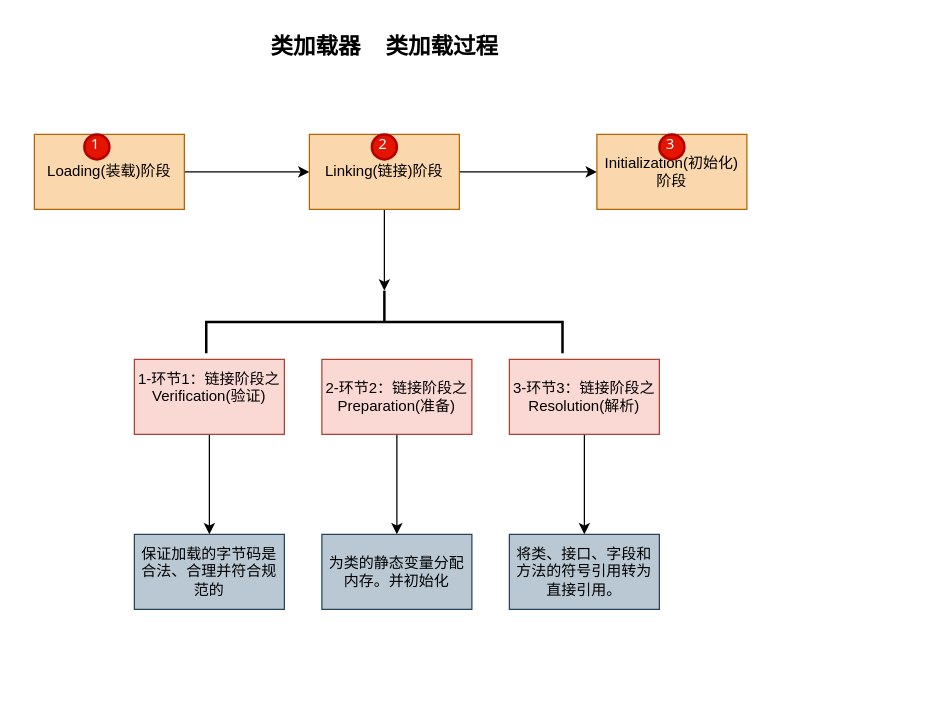
The draw.io diagram page "类加载器" (2 of 2) of jvm.drawio in rea-leaf/diagrams-data, before the edit. Source tidied: cells renumbered, new cells numbered last; positions are measured from the earlier drawing's top-left corner, leaving out a move shared by most shapes. Both pictures are drawn from the tidied source at 125%, with x=0, y=0 at pixel (34, 34).
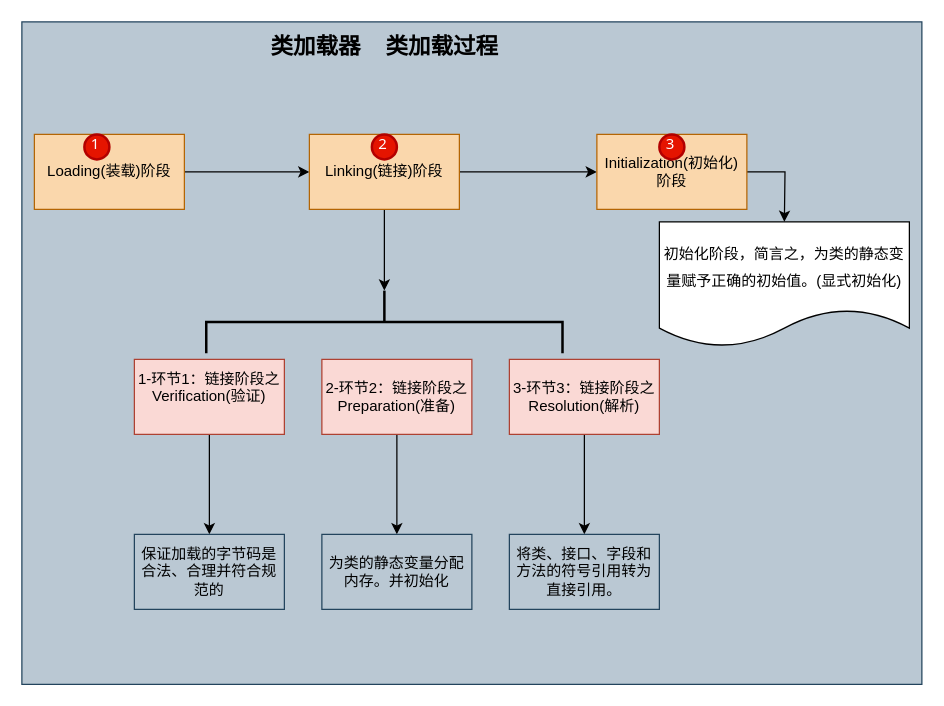
After the change.

Unchanged cells that the change refers to:
```xml
<mxCell id="8" value="Initialization(初始化)阶段" style="whiteSpace=wrap;html=1;rounded=0;fillColor=#fad7ac;strokeColor=#b46504;" parent="1" vertex="1">
  <mxGeometry x="450" y="80" width="120" height="60" as="geometry" />
</mxCell>
```

Change to the diagram source:
```diff
@@
+    <mxCell id="22" style="rounded=0;whiteSpace=wrap;html=1;fontSize=12;fillColor=#bac8d3;strokeColor=#23445d;" parent="1" vertex="1">
+      <mxGeometry x="-10" y="-10" width="720" height="530" as="geometry" />
+    </mxCell>
@@
+    <mxCell id="23" style="edgeStyle=orthogonalEdgeStyle;rounded=0;jettySize=auto;html=1;fontSize=12;" parent="1" edge="1" source="8">
+      <mxGeometry relative="1" as="geometry">
+        <mxPoint x="600" y="150" as="targetPoint" />
+      </mxGeometry>
+    </mxCell>
@@
+    <mxCell id="24" value="&lt;font style=&quot;font-size: 12px;&quot;&gt;初始化阶段，简言之，为类的静态变量赋予正确的初始值。(显式初始化)&lt;/font&gt;" style="shape=document;whiteSpace=wrap;html=1;boundedLbl=1;fontSize=18;" parent="1" vertex="1">
+      <mxGeometry x="500" y="150" width="200" height="100" as="geometry" />
+    </mxCell>
```
